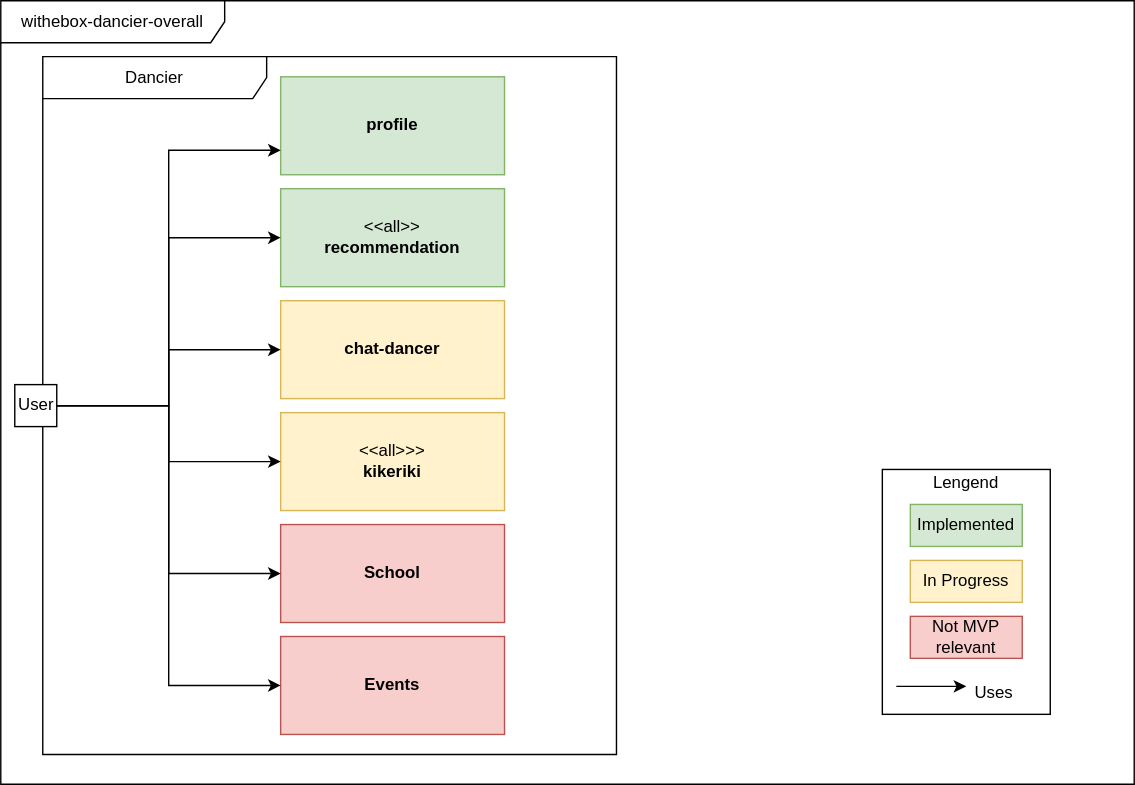
Above: src/main/jbake/content/documentation/arc42/images/whitebox-overall-system.drawio.svg in dancier/documentation (draw.io), before the change. Source tidied: cells renumbered, new cells last; positions are measured from the earlier drawing's top-left corner, leaving out a move shared by most shapes.
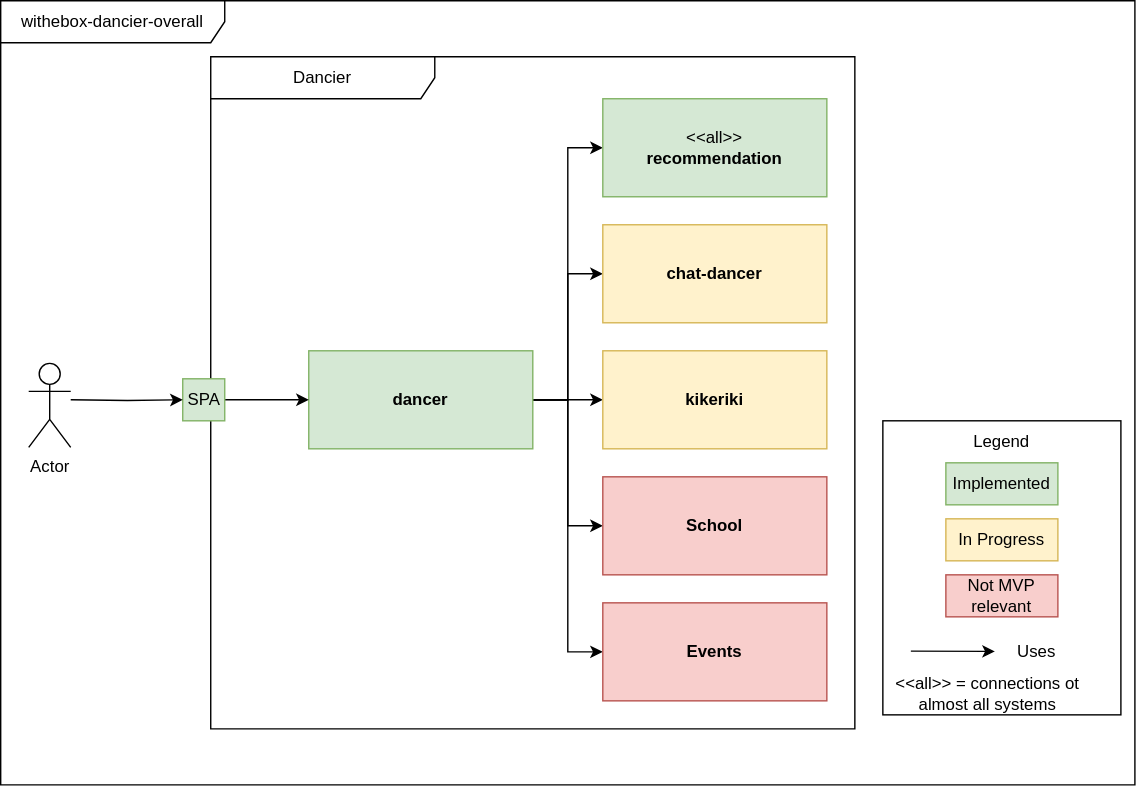
Later version of the same file.

Commit message:
new top level whitebox

What changed in the source:
```diff
@@ -6,72 +6,81 @@
       <mxGeometry width="810" height="560" as="geometry" />
     </mxCell>
     <mxCell id="3" style="rounded=0;whiteSpace=wrap;html=1;" parent="2" vertex="1">
-      <mxGeometry x="630" y="335" width="120" height="175" as="geometry" />
+      <mxGeometry x="630" y="300" width="170" height="210" as="geometry" />
     </mxCell>
     <mxCell id="4" value="Implemented" style="rounded=0;whiteSpace=wrap;html=1;fillColor=#d5e8d4;strokeColor=#82b366;" parent="2" vertex="1">
-      <mxGeometry x="650" y="360" width="80" height="30" as="geometry" />
+      <mxGeometry x="675" y="330" width="80" height="30" as="geometry" />
     </mxCell>
     <mxCell id="5" value="Not MVP relevant" style="rounded=0;whiteSpace=wrap;html=1;fillColor=#f8cecc;strokeColor=#b85450;" parent="2" vertex="1">
-      <mxGeometry x="650" y="440" width="80" height="30" as="geometry" />
+      <mxGeometry x="675" y="410" width="80" height="30" as="geometry" />
     </mxCell>
     <mxCell id="6" value="In Progress" style="rounded=0;whiteSpace=wrap;html=1;fillColor=#fff2cc;strokeColor=#d6b656;" parent="2" vertex="1">
-      <mxGeometry x="650" y="400" width="80" height="30" as="geometry" />
+      <mxGeometry x="675" y="370" width="80" height="30" as="geometry" />
     </mxCell>
-    <mxCell id="7" value="Lengend" style="text;html=1;strokeColor=none;fillColor=none;align=center;verticalAlign=middle;whiteSpace=wrap;rounded=0;" parent="2" vertex="1">
-      <mxGeometry x="660" y="330" width="60" height="30" as="geometry" />
+    <mxCell id="7" value="Legend" style="text;html=1;strokeColor=none;fillColor=none;align=center;verticalAlign=middle;whiteSpace=wrap;rounded=0;" parent="2" vertex="1">
+      <mxGeometry x="685" y="300" width="60" height="30" as="geometry" />
     </mxCell>
-    <mxCell id="8" value="Uses" style="text;html=1;strokeColor=none;fillColor=none;align=center;verticalAlign=middle;whiteSpace=wrap;rounded=0;" parent="2" vertex="1">
-      <mxGeometry x="680" y="480" width="60" height="30" as="geometry" />
+    <mxCell id="8" value="&amp;lt;&amp;lt;all&amp;gt;&amp;gt; = connections ot almost all systems" style="text;html=1;strokeColor=none;fillColor=none;align=center;verticalAlign=middle;whiteSpace=wrap;rounded=0;" parent="2" vertex="1">
+      <mxGeometry x="630" y="480" width="150" height="30" as="geometry" />
     </mxCell>
     <mxCell id="9" value="Dancier" style="shape=umlFrame;whiteSpace=wrap;html=1;width=160;" parent="2" vertex="1">
-      <mxGeometry x="30" y="40" width="410" height="498.8" as="geometry" />
+      <mxGeometry x="150" y="40" width="460" height="480" as="geometry" />
     </mxCell>
+    <mxCell id="24" style="edgeStyle=orthogonalEdgeStyle;rounded=0;jettySize=auto;html=1;entryX=0;entryY=0.5;entryDx=0;entryDy=0;" parent="9" edge="1" source="10" target="12">
+      <mxGeometry relative="1" as="geometry" />
+    </mxCell>
+    <mxCell id="25" style="edgeStyle=orthogonalEdgeStyle;rounded=0;jettySize=auto;html=1;entryX=0;entryY=0.5;entryDx=0;entryDy=0;" parent="9" edge="1" source="10" target="11">
+      <mxGeometry relative="1" as="geometry" />
+    </mxCell>
+    <mxCell id="26" style="edgeStyle=orthogonalEdgeStyle;rounded=0;jettySize=auto;html=1;entryX=0;entryY=0.5;entryDx=0;entryDy=0;" parent="9" edge="1" source="10" target="29">
+      <mxGeometry relative="1" as="geometry" />
+    </mxCell>
+    <mxCell id="27" style="edgeStyle=orthogonalEdgeStyle;rounded=0;jettySize=auto;html=1;entryX=0;entryY=0.5;entryDx=0;entryDy=0;" parent="9" edge="1" source="10" target="14">
+      <mxGeometry relative="1" as="geometry" />
+    </mxCell>
+    <mxCell id="28" style="edgeStyle=orthogonalEdgeStyle;rounded=0;jettySize=auto;html=1;entryX=0;entryY=0.5;entryDx=0;entryDy=0;" parent="9" edge="1" source="10" target="15">
+      <mxGeometry relative="1" as="geometry" />
+    </mxCell>
-    <mxCell id="10" value="&lt;b&gt;profile&lt;/b&gt;" style="html=1;align=center;verticalAlign=middle;dashed=0;whiteSpace=wrap;fillColor=#d5e8d4;strokeColor=#82b366;" parent="9" vertex="1">
-      <mxGeometry x="170" y="14.4" width="160" height="70" as="geometry" />
+    <mxCell id="10" value="&lt;b&gt;dancer&lt;/b&gt;" style="html=1;align=center;verticalAlign=middle;dashed=0;whiteSpace=wrap;fillColor=#d5e8d4;strokeColor=#82b366;" parent="9" vertex="1">
+      <mxGeometry x="70" y="210" width="160" height="70" as="geometry" />
     </mxCell>
     <mxCell id="11" value="&lt;b&gt;chat-dancer&lt;/b&gt;" style="html=1;align=center;verticalAlign=middle;dashed=0;whiteSpace=wrap;fillColor=#fff2cc;strokeColor=#d6b656;" parent="9" vertex="1">
-      <mxGeometry x="170" y="174.4" width="160" height="70" as="geometry" />
+      <mxGeometry x="280" y="120" width="160" height="70" as="geometry" />
     </mxCell>
     <mxCell id="12" value="&amp;lt;&amp;lt;all&amp;gt;&amp;gt;&lt;br&gt;&lt;b&gt;recommendation&lt;/b&gt;" style="html=1;align=center;verticalAlign=middle;dashed=0;whiteSpace=wrap;fillColor=#d5e8d4;strokeColor=#82b366;" parent="9" vertex="1">
-      <mxGeometry x="170" y="94.4" width="160" height="70" as="geometry" />
+      <mxGeometry x="280" y="30" width="160" height="70" as="geometry" />
     </mxCell>
-    <mxCell id="13" value="&amp;lt;&amp;lt;all&amp;gt;&amp;gt;&amp;gt;&lt;br&gt;&lt;b&gt;kikeriki&lt;/b&gt;" style="html=1;align=center;verticalAlign=middle;dashed=0;whiteSpace=wrap;fillColor=#fff2cc;strokeColor=#d6b656;" parent="9" vertex="1">
-      <mxGeometry x="170" y="254.4" width="160" height="70" as="geometry" />
-    </mxCell>
     <mxCell id="14" value="&lt;b&gt;School&lt;/b&gt;" style="html=1;align=center;verticalAlign=middle;dashed=0;whiteSpace=wrap;fillColor=#f8cecc;strokeColor=#b85450;" parent="9" vertex="1">
-      <mxGeometry x="170" y="334.4" width="160" height="70" as="geometry" />
+      <mxGeometry x="280" y="300" width="160" height="70" as="geometry" />
     </mxCell>
     <mxCell id="15" value="&lt;b&gt;Events&lt;br&gt;&lt;/b&gt;" style="html=1;align=center;verticalAlign=middle;dashed=0;whiteSpace=wrap;fillColor=#f8cecc;strokeColor=#b85450;" parent="9" vertex="1">
-      <mxGeometry x="170" y="414.4" width="160" height="70" as="geometry" />
+      <mxGeometry x="280" y="390" width="160" height="70" as="geometry" />
     </mxCell>
+    <mxCell id="29" value="&lt;b&gt;kikeriki&lt;/b&gt;" style="html=1;align=center;verticalAlign=middle;dashed=0;whiteSpace=wrap;fillColor=#fff2cc;strokeColor=#d6b656;" parent="9" vertex="1">
+      <mxGeometry x="280" y="210" width="160" height="70" as="geometry" />
+    </mxCell>
+    <mxCell id="30" value="Actor" style="shape=umlActor;verticalLabelPosition=bottom;verticalAlign=top;html=1;" parent="2" vertex="1">
+      <mxGeometry x="20" y="259" width="30" height="60" as="geometry" />
+    </mxCell>
+    <mxCell id="31" value="Uses" style="text;html=1;strokeColor=none;fillColor=none;align=center;verticalAlign=middle;whiteSpace=wrap;rounded=0;" parent="2" vertex="1">
+      <mxGeometry x="710" y="450" width="60" height="30" as="geometry" />
+    </mxCell>
+    <mxCell id="32" style="endArrow=classic;html=1;rounded=0;endFill=1;" parent="2" edge="1">
+      <mxGeometry relative="1" as="geometry">
+        <mxPoint x="650" y="464.5" as="sourcePoint" />
+        <mxPoint x="710" y="464.7" as="targetPoint" />
+      </mxGeometry>
+    </mxCell>
-    <mxCell id="16" style="edgeStyle=orthogonalEdgeStyle;rounded=0;jettySize=auto;html=1;entryX=0;entryY=0.75;entryDx=0;entryDy=0;" parent="9" edge="1" source="22" target="10">
+    <mxCell id="16" style="edgeStyle=orthogonalEdgeStyle;rounded=0;jettySize=auto;html=1;" parent="1" edge="1" source="22" target="10">
       <mxGeometry relative="1" as="geometry" />
     </mxCell>
-    <mxCell id="17" style="edgeStyle=orthogonalEdgeStyle;rounded=0;jettySize=auto;html=1;entryX=0;entryY=0.5;entryDx=0;entryDy=0;" parent="9" edge="1" source="22" target="12">
-      <mxGeometry relative="1" as="geometry" />
-    </mxCell>
-    <mxCell id="18" style="edgeStyle=orthogonalEdgeStyle;rounded=0;jettySize=auto;html=1;" parent="9" edge="1" source="22" target="11">
-      <mxGeometry relative="1" as="geometry" />
-    </mxCell>
-    <mxCell id="19" style="edgeStyle=orthogonalEdgeStyle;rounded=0;jettySize=auto;html=1;entryX=0;entryY=0.5;entryDx=0;entryDy=0;" parent="9" edge="1" source="22" target="14">
-      <mxGeometry relative="1" as="geometry" />
-    </mxCell>
-    <mxCell id="20" style="edgeStyle=orthogonalEdgeStyle;rounded=0;jettySize=auto;html=1;" parent="9" edge="1" source="22" target="13">
-      <mxGeometry relative="1" as="geometry" />
-    </mxCell>
-    <mxCell id="21" style="edgeStyle=orthogonalEdgeStyle;rounded=0;jettySize=auto;html=1;entryX=0;entryY=0.5;entryDx=0;entryDy=0;" parent="9" edge="1" source="22" target="15">
-      <mxGeometry relative="1" as="geometry" />
-    </mxCell>
-    <mxCell id="22" value="User" style="html=1;rounded=0;" parent="9" vertex="1">
-      <mxGeometry x="-20" y="234.4" width="30" height="30" as="geometry" />
+    <mxCell id="22" value="SPA" style="html=1;rounded=0;fillColor=#d5e8d4;strokeColor=#82b366;" parent="1" vertex="1">
+      <mxGeometry x="130" y="270" width="30" height="30" as="geometry" />
     </mxCell>
-    <mxCell id="23" style="endArrow=classic;html=1;rounded=0;entryX=0.5;entryY=0.886;entryDx=0;entryDy=0;entryPerimeter=0;" parent="1" edge="1" target="3">
-      <mxGeometry relative="1" as="geometry">
-        <mxPoint x="640" y="490" as="sourcePoint" />
-        <Array as="points">
-          <mxPoint x="690" y="490" />
-        </Array>
-      </mxGeometry>
-    </mxCell>
+    <mxCell id="33" style="edgeStyle=orthogonalEdgeStyle;rounded=0;jettySize=auto;html=1;" parent="1" edge="1" target="22">
+      <mxGeometry relative="1" as="geometry">
+        <mxPoint x="50" y="285" as="sourcePoint" />
+      </mxGeometry>
+    </mxCell>
   </root>
 </mxGraphModel>
```
